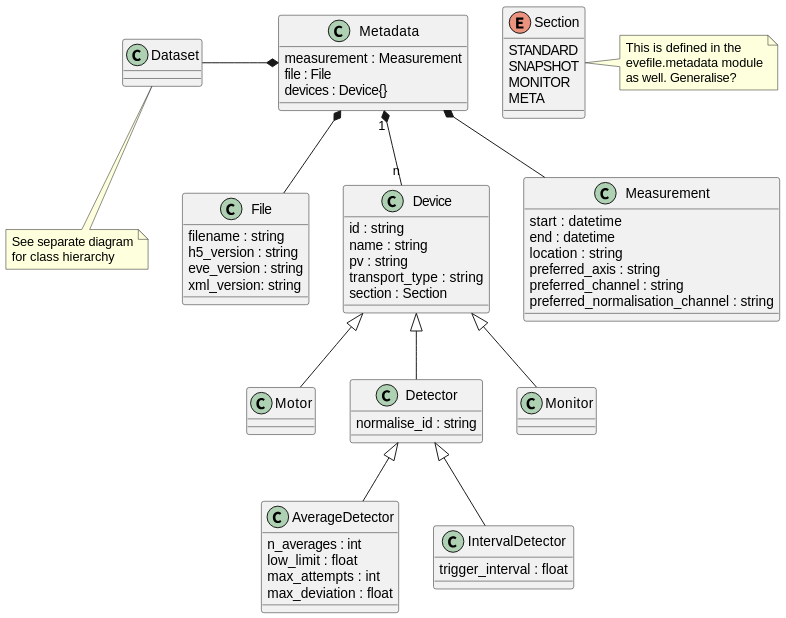
Before: docs/uml/evedata.dataset.metadata.svg, a diagram exported from PlantUML (tillbiskup/evedata).
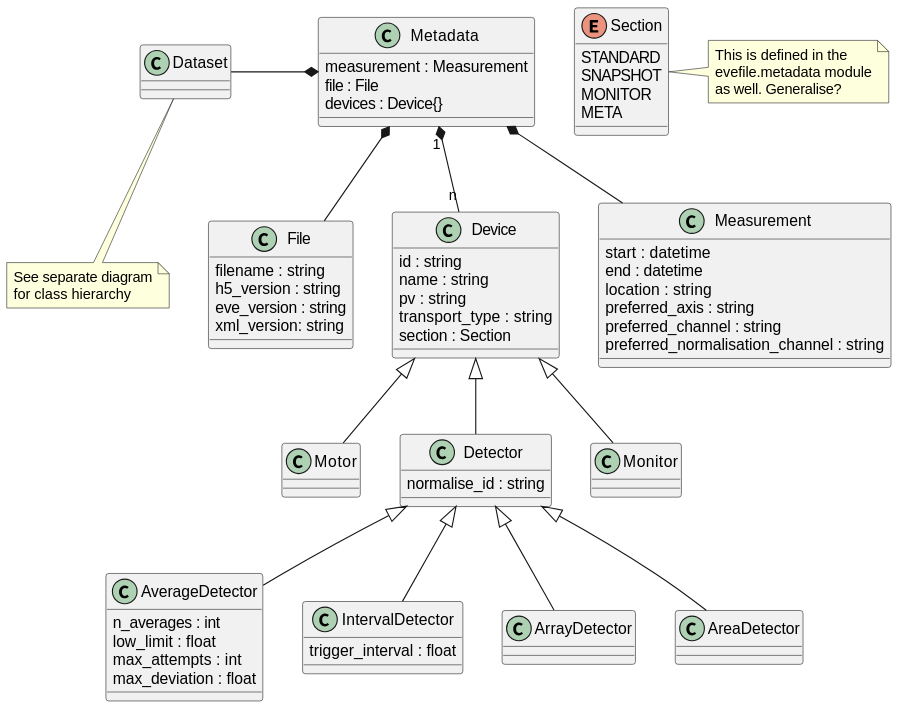
Above is the later version.

The edit, as a diff of the source:
```diff
@@ -41,36 +41,35 @@
     section : Section
 }
 
-class Motor {
+class Motor extends Device {
 }
 
-class Detector {
+class Detector extends Device {
     normalise_id : string
 }
 
-class AverageDetector {
+class AverageDetector extends Detector {
     n_averages : int
     low_limit : float
     max_attempts : int
     max_deviation : float
 }
 
-class IntervalDetector {
+class IntervalDetector extends Detector {
     trigger_interval : float
 }
 
-class Monitor {
+class ArrayDetector extends Detector {
+}
+
+class AreaDetector extends Detector {
+}
+
+class Monitor extends Device {
 }
 
 Dataset -* Metadata
 Metadata *-- Measurement
 Metadata "1" *-- "n" Device
 Metadata *-- File
-
-Device <|-- Motor
-Device <|-- Detector
-Device <|-- Monitor
-
-Detector <|-- AverageDetector
-Detector <|-- IntervalDetector
 @enduml
```
